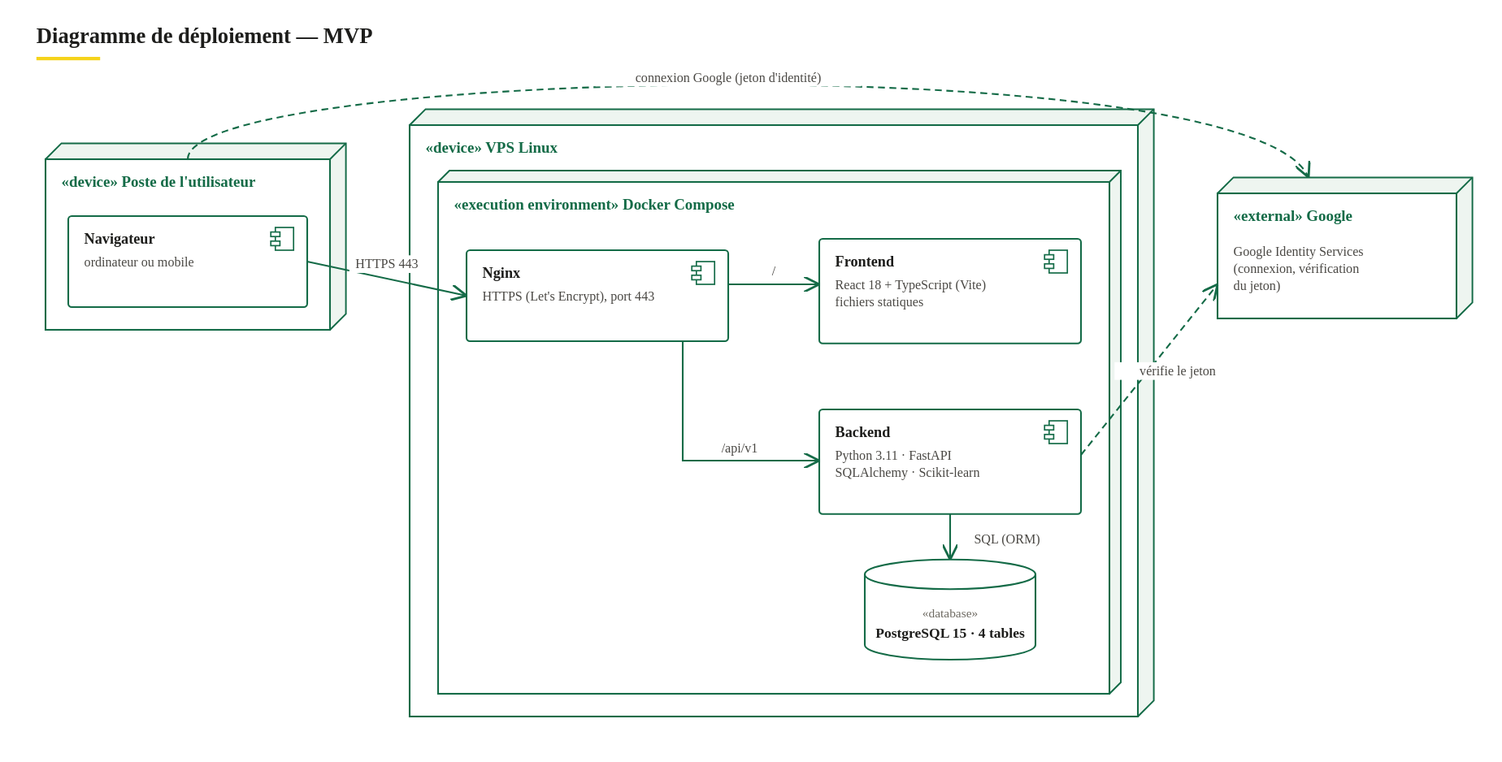
Earlier version of the PlantUML export docs/uml/images/08-deploiement.svg (martial-300/plateforme-formations-hitt). Its source is kept beside it as docs/uml/08-deploiement.puml.
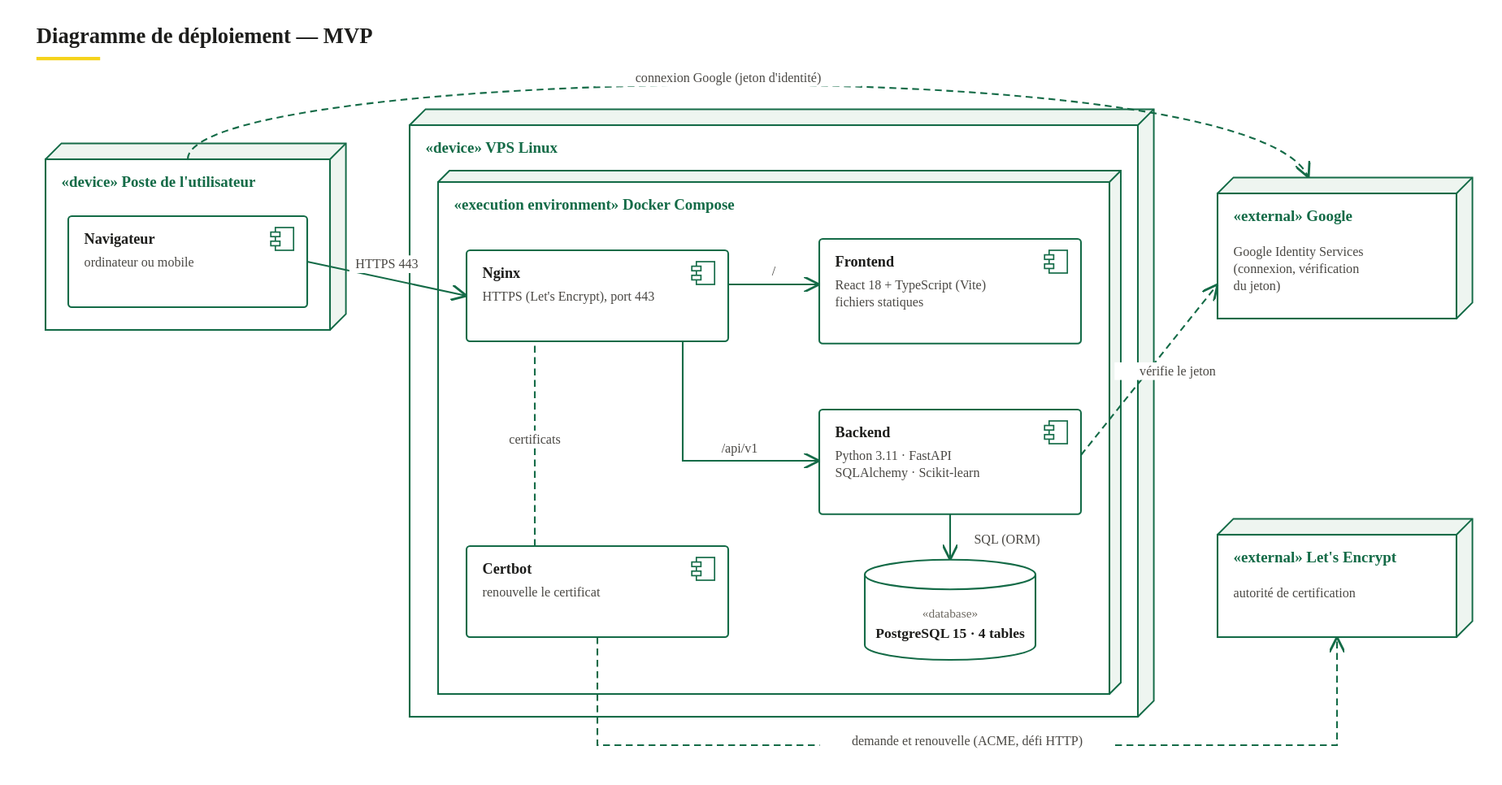
The same diagram one commit later.

Commit message:
docs(deploiement): procédure de production, répétition locale et diagramme 8 (S7)

The edit, as a diff of the source:
```diff
@@ -6,12 +6,14 @@
   component "Navigateur\n(ordinateur ou mobile)" as NAV
 }
 cloud "Google\nIdentity Services" as GOO
+cloud "Let's Encrypt" as LE
 
 node "VPS Linux" {
   node "Docker Compose" {
     component "Nginx\n(HTTPS, Let's Encrypt)" as NGX
     component "Frontend\nReact + TypeScript (Vite)\nfichiers statiques" as FE
     component "Backend\nPython 3.11 · FastAPI\nSQLAlchemy · Scikit-learn" as BE
+    component "Certbot\n(renouvelle le certificat)" as CB
     database "PostgreSQL 15\n4 tables" as PG
   }
 }
@@ -22,4 +24,6 @@
 BE --> PG : SQL (ORM)
 NAV ..> GOO : connexion Google\n(jeton d'identité)
 BE ..> GOO : vérification du jeton\n(HTTPS)
+CB ..> NGX : certificats
+CB ..> LE : demande et renouvelle\n(ACME, défi HTTP)
 @enduml
```
